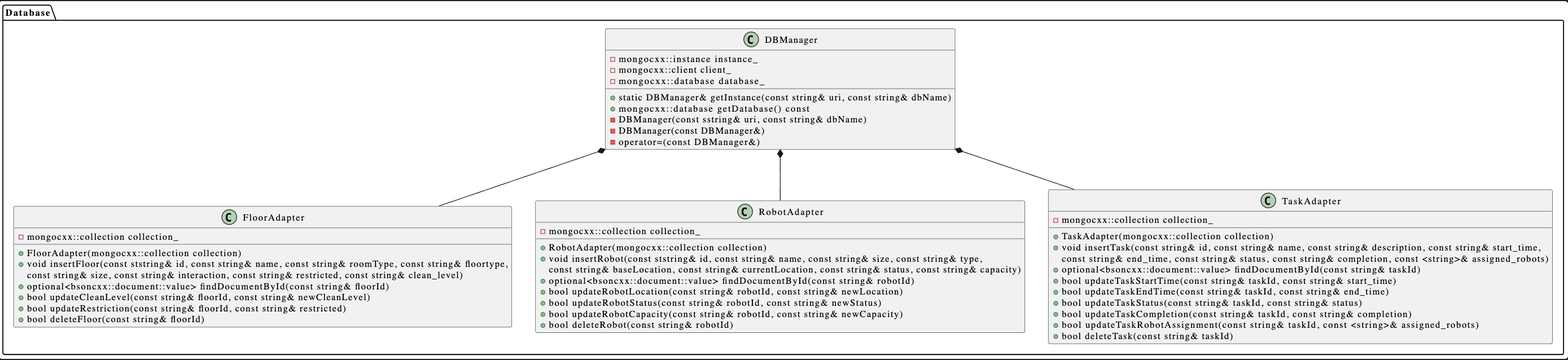
Earlier version of the PlantUML export docs/design/uml_class_diagrams/Database.png (ur-swe-fa24/main-project-tidytech). Its source is kept beside it as docs/design/uml_class_diagrams/Database.puml.
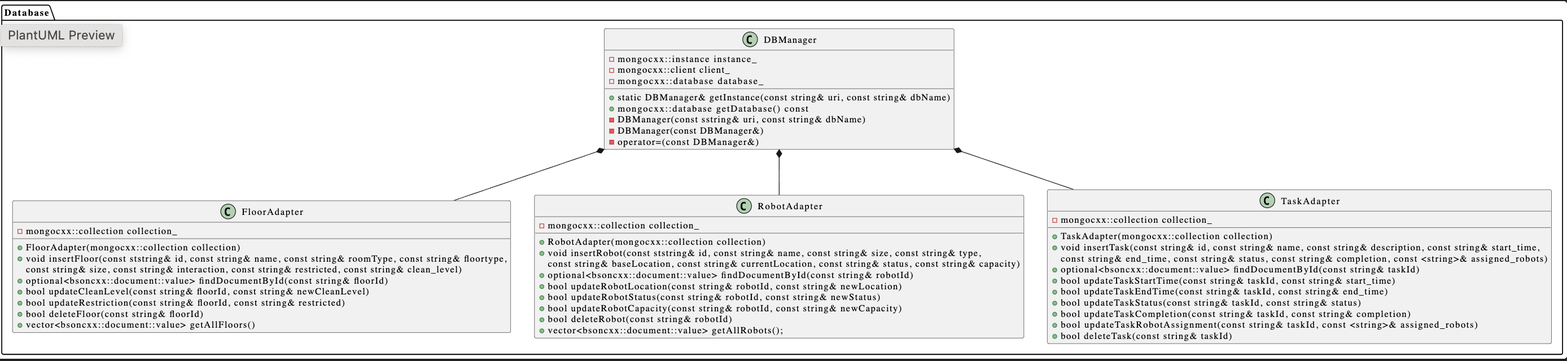
After the commit.

Commit message:
edited database class diagram

The edit, as a diff of the source:
```diff
@@ -21,6 +21,7 @@
         + bool updateCleanLevel(const string& floorId, const string& newCleanLevel)
         + bool updateRestriction(const string& floorId, const string& restricted)
         + bool deleteFloor(const string& floorId)
+        + vector<bsoncxx::document::value> getAllFloors()
         - mongocxx::collection collection_
     }
     class RobotAdapter {
@@ -33,7 +34,9 @@
         + bool updateRobotStatus(const string& robotId, const string& newStatus)
         + bool updateRobotCapacity(const string& robotId, const string& newCapacity)
         + bool deleteRobot(const string& robotId)
+        + vector<bsoncxx::document::value> getAllRobots();
         - mongocxx::collection collection_
+
     }
     class TaskAdapter {
         + TaskAdapter(mongocxx::collection collection)
```
